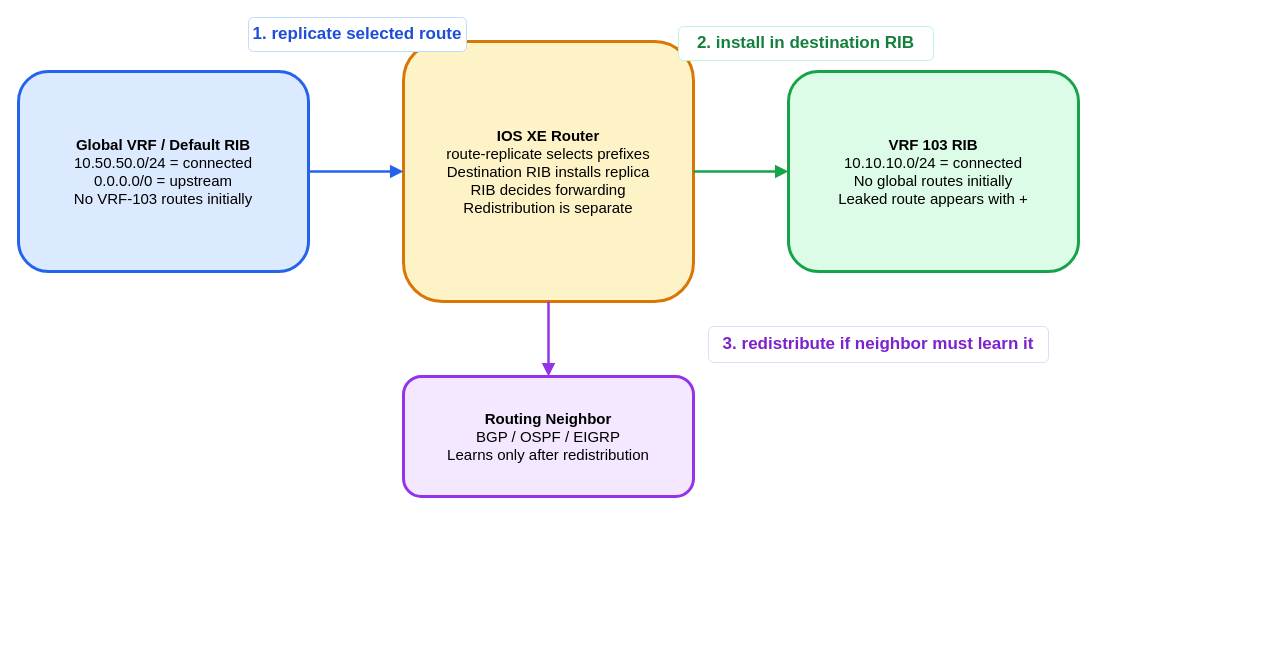
Before: images/09-13-26-09-27_route_leaking_mental_model.drawio in ccaiccie/knowledge, a draw.io diagram. Source tidied: cells renumbered, new cells numbered last; positions are measured from the earlier drawing's top-left corner, leaving out a move shared by most shapes. Both pictures are drawn from the tidied source at 100%, with x=0, y=0 at pixel (18, 17).
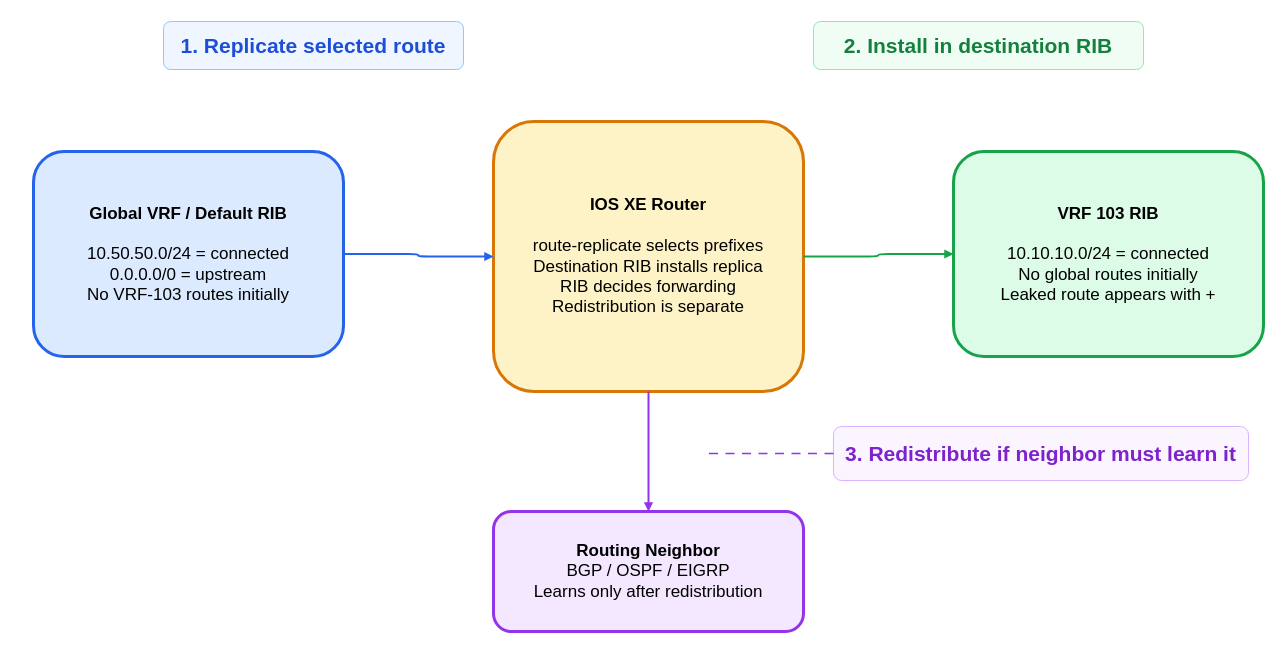
Above is the later version.

Commit message:
Sync redesigned route leaking mental model draw.io

The edit, as a diff of the source:
```diff
@@
 <mxGraphModel>
   <root>
     <mxCell id="0" />
     <mxCell id="1" parent="0" />
-    <mxCell id="2" value="&lt;b&gt;Global VRF / Default RIB&lt;/b&gt;&lt;br&gt;10.50.50.0/24 = connected&lt;br&gt;0.0.0.0/0 = upstream&lt;br&gt;No VRF-103 routes initially" style="rounded=1;whiteSpace=wrap;html=1;fillColor=#dbeafe;strokeColor=#2563eb;strokeWidth=3;fontSize=15;" parent="1" vertex="1">
-      <mxGeometry y="54" width="290" height="200" as="geometry" />
+    <mxCell id="2" value="&lt;b&gt;Global VRF / Default RIB&lt;/b&gt;&lt;br&gt;&lt;br&gt;10.50.50.0/24 = connected&lt;br&gt;0.0.0.0/0 = upstream&lt;br&gt;No VRF-103 routes initially" style="rounded=1;whiteSpace=wrap;html=1;fillColor=#dbeafe;strokeColor=#2563eb;strokeWidth=3;fontSize=17;" parent="1" vertex="1">
+      <mxGeometry x="15" y="134" width="310" height="205" as="geometry" />
     </mxCell>
-    <mxCell id="3" value="&lt;b&gt;IOS XE Router&lt;/b&gt;&lt;br&gt;route-replicate selects prefixes&lt;br&gt;Destination RIB installs replica&lt;br&gt;RIB decides forwarding&lt;br&gt;Redistribution is separate" style="rounded=1;whiteSpace=wrap;html=1;fillColor=#fef3c7;strokeColor=#d97706;strokeWidth=3;fontSize=15;" parent="1" vertex="1">
-      <mxGeometry x="385" y="24" width="290" height="260" as="geometry" />
+    <mxCell id="3" value="&lt;b&gt;IOS XE Router&lt;/b&gt;&lt;br&gt;&lt;br&gt;route-replicate selects prefixes&lt;br&gt;Destination RIB installs replica&lt;br&gt;RIB decides forwarding&lt;br&gt;Redistribution is separate" style="rounded=1;whiteSpace=wrap;html=1;fillColor=#fef3c7;strokeColor=#d97706;strokeWidth=3;fontSize=17;" parent="1" vertex="1">
+      <mxGeometry x="475" y="104" width="310" height="270" as="geometry" />
     </mxCell>
-    <mxCell id="4" value="&lt;b&gt;VRF 103 RIB&lt;/b&gt;&lt;br&gt;10.10.10.0/24 = connected&lt;br&gt;No global routes initially&lt;br&gt;Leaked route appears with +" style="rounded=1;whiteSpace=wrap;html=1;fillColor=#dcfce7;strokeColor=#16a34a;strokeWidth=3;fontSize=15;" parent="1" vertex="1">
-      <mxGeometry x="770" y="54" width="290" height="200" as="geometry" />
+    <mxCell id="4" value="&lt;b&gt;VRF 103 RIB&lt;/b&gt;&lt;br&gt;&lt;br&gt;10.10.10.0/24 = connected&lt;br&gt;No global routes initially&lt;br&gt;Leaked route appears with +" style="rounded=1;whiteSpace=wrap;html=1;fillColor=#dcfce7;strokeColor=#16a34a;strokeWidth=3;fontSize=17;" parent="1" vertex="1">
+      <mxGeometry x="935" y="134" width="310" height="205" as="geometry" />
     </mxCell>
-    <mxCell id="5" value="&lt;b&gt;Routing Neighbor&lt;/b&gt;&lt;br&gt;BGP / OSPF / EIGRP&lt;br&gt;Learns only after redistribution" style="rounded=1;whiteSpace=wrap;html=1;fillColor=#f3e8ff;strokeColor=#9333ea;strokeWidth=3;fontSize=15;" parent="1" vertex="1">
-      <mxGeometry x="385" y="359" width="290" height="120" as="geometry" />
+    <mxCell id="5" value="&lt;b&gt;Routing Neighbor&lt;/b&gt;&lt;br&gt;BGP / OSPF / EIGRP&lt;br&gt;Learns only after redistribution" style="rounded=1;whiteSpace=wrap;html=1;fillColor=#f3e8ff;strokeColor=#9333ea;strokeWidth=3;fontSize=17;" parent="1" vertex="1">
+      <mxGeometry x="475" y="494" width="310" height="120" as="geometry" />
     </mxCell>
-    <mxCell id="6" style="edgeStyle=orthogonalEdgeStyle;rounded=1;jettySize=auto;html=1;strokeColor=#2563eb;strokeWidth=2.5;endArrow=block;endFill=1;endSize=7;" parent="1" edge="1" source="2" target="3">
+    <mxCell id="6" style="edgeStyle=orthogonalEdgeStyle;rounded=1;html=1;strokeColor=#2563eb;strokeWidth=2;endArrow=block;endFill=1;endSize=4;exitX=1;exitY=0.5;entryX=0;entryY=0.5;" parent="1" edge="1" source="2" target="3">
       <mxGeometry relative="1" as="geometry" />
     </mxCell>
-    <mxCell id="7" style="edgeStyle=orthogonalEdgeStyle;rounded=1;jettySize=auto;html=1;strokeColor=#16a34a;strokeWidth=2.5;endArrow=block;endFill=1;endSize=7;" parent="1" edge="1" source="3" target="4">
+    <mxCell id="7" style="edgeStyle=orthogonalEdgeStyle;rounded=1;html=1;strokeColor=#16a34a;strokeWidth=2;endArrow=block;endFill=1;endSize=4;exitX=1;exitY=0.5;entryX=0;entryY=0.5;" parent="1" edge="1" source="3" target="4">
       <mxGeometry relative="1" as="geometry" />
     </mxCell>
-    <mxCell id="8" style="edgeStyle=orthogonalEdgeStyle;rounded=1;jettySize=auto;html=1;strokeColor=#9333ea;strokeWidth=2.5;endArrow=block;endFill=1;endSize=7;" parent="1" edge="1" source="3" target="5">
+    <mxCell id="8" style="edgeStyle=orthogonalEdgeStyle;rounded=1;html=1;strokeColor=#9333ea;strokeWidth=2;endArrow=block;endFill=1;endSize=4;exitX=0.5;exitY=1;entryX=0.5;entryY=0;" parent="1" edge="1" source="3" target="5">
       <mxGeometry relative="1" as="geometry" />
     </mxCell>
-    <mxCell id="9" value="&lt;b&gt;1. replicate selected route&lt;/b&gt;" style="rounded=1;whiteSpace=wrap;html=1;fillColor=#ffffff;strokeColor=#bfdbfe;fontColor=#1d4ed8;fontSize=17;fontStyle=1;" parent="1" vertex="1">
-      <mxGeometry x="230" width="218" height="34" as="geometry" />
+    <mxCell id="9" value="&lt;b&gt;1. Replicate selected route&lt;/b&gt;" style="rounded=1;whiteSpace=wrap;html=1;fillColor=#eff6ff;strokeColor=#93c5fd;fontColor=#1d4ed8;fontSize=21;fontStyle=1;" parent="1" vertex="1">
+      <mxGeometry x="145" y="4" width="300" height="48" as="geometry" />
     </mxCell>
-    <mxCell id="10" value="&lt;b&gt;2. install in destination RIB&lt;/b&gt;" style="rounded=1;whiteSpace=wrap;html=1;fillColor=#ffffff;strokeColor=#bbf7d0;fontColor=#15803d;fontSize=17;fontStyle=1;" parent="1" vertex="1">
-      <mxGeometry x="660" y="9" width="255" height="34" as="geometry" />
+    <mxCell id="10" value="&lt;b&gt;2. Install in destination RIB&lt;/b&gt;" style="rounded=1;whiteSpace=wrap;html=1;fillColor=#f0fdf4;strokeColor=#86efac;fontColor=#15803d;fontSize=21;fontStyle=1;" parent="1" vertex="1">
+      <mxGeometry x="795" y="4" width="330" height="48" as="geometry" />
     </mxCell>
-    <mxCell id="11" value="&lt;b&gt;3. redistribute if neighbor must learn it&lt;/b&gt;" style="rounded=1;whiteSpace=wrap;html=1;fillColor=#ffffff;strokeColor=#e9d5ff;fontColor=#7e22ce;fontSize=17;fontStyle=1;" parent="1" vertex="1">
-      <mxGeometry x="690" y="309" width="340" height="36" as="geometry" />
+    <mxCell id="11" value="&lt;b&gt;3. Redistribute if neighbor must learn it&lt;/b&gt;" style="rounded=1;whiteSpace=wrap;html=1;fillColor=#faf5ff;strokeColor=#d8b4fe;fontColor=#7e22ce;fontSize=21;fontStyle=1;" parent="1" vertex="1">
+      <mxGeometry x="815" y="409" width="415" height="54" as="geometry" />
     </mxCell>
+    <mxCell id="12" style="edgeStyle=orthogonalEdgeStyle;rounded=1;html=1;dashed=1;dashPattern=6 5;strokeColor=#9333ea;strokeWidth=1.5;endArrow=none;" parent="1" edge="1" source="11">
+      <mxGeometry relative="1" as="geometry">
+        <mxPoint x="690" y="436" as="targetPoint" />
+      </mxGeometry>
+    </mxCell>
   </root>
 </mxGraphModel>
```
